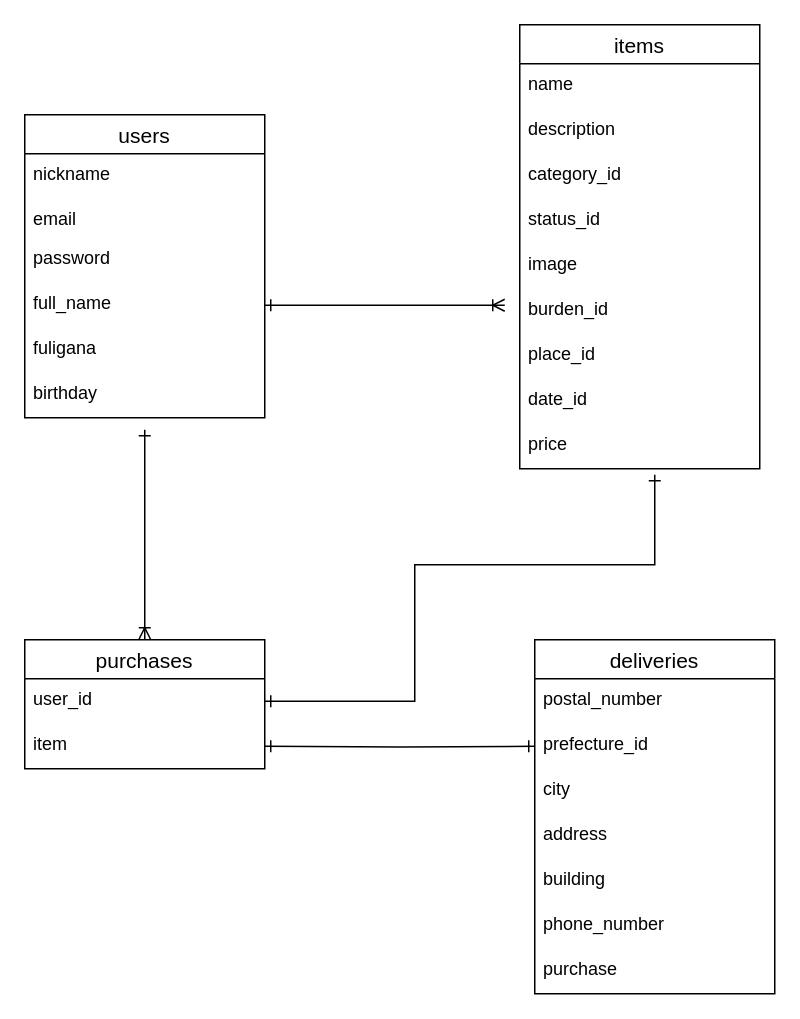
This is entity.dio from ya-3mameo/furima-30433, a draw.io file, before an edit. Source tidied: cells renumbered, new cells numbered last; positions are measured from the earlier drawing's top-left corner, leaving out a move shared by most shapes. Both pictures are drawn from the tidied source at 150%, with x=0, y=0 at pixel (24, 24).
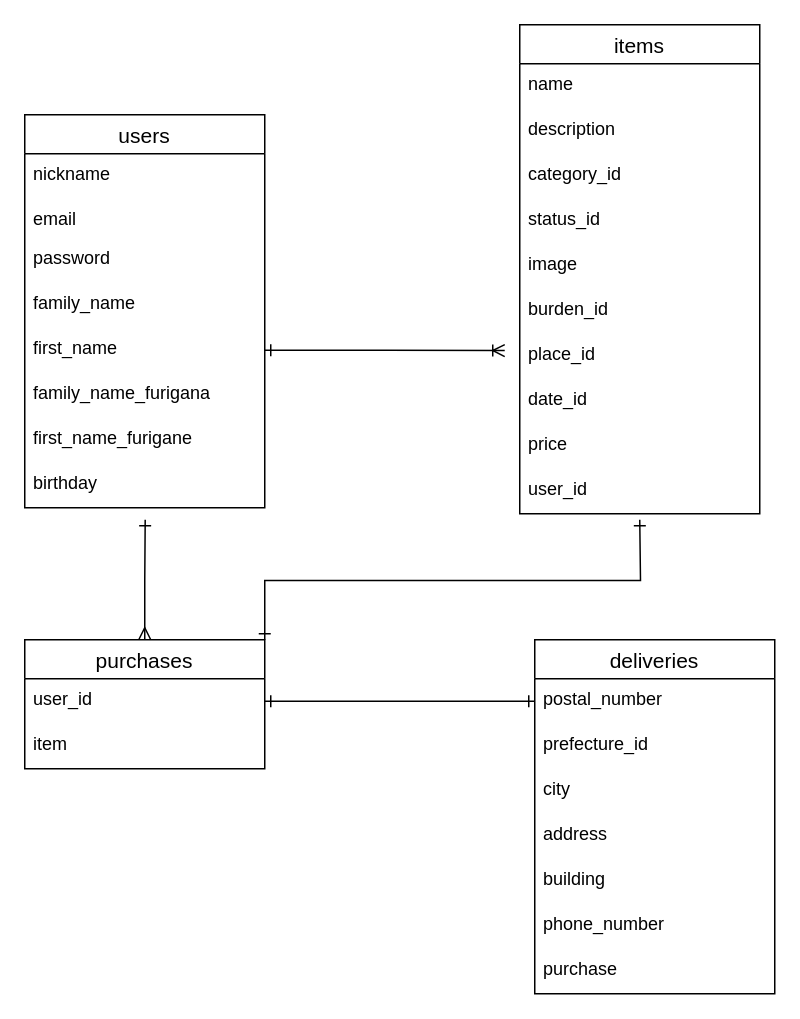
The same diagram, later.

Commit message (it also covers changes not shown here):
データベース設計の修正2

Unchanged cells that the change refers to:
```xml
<mxCell id="10" value="purchases" style="swimlane;fontStyle=0;horizontal=1;startSize=26;align=center;fontSize=14;" parent="1" vertex="1">
  <mxGeometry y="410" width="160" height="86" as="geometry" />
</mxCell>
<mxCell id="11" value="user_id" style="text;strokeColor=none;fillColor=none;spacingLeft=4;spacingRight=4;overflow=hidden;points=[[0,0.5],[1,0.5]];portConstraint=eastwest;fontSize=12;" parent="10" vertex="1">
  <mxGeometry y="26" width="160" height="30" as="geometry" />
</mxCell>
<mxCell id="24" value="postal_number" style="text;strokeColor=none;fillColor=none;spacingLeft=4;spacingRight=4;overflow=hidden;points=[[0,0.5],[1,0.5]];portConstraint=eastwest;fontSize=12;" parent="23" vertex="1">
  <mxGeometry y="26" width="160" height="30" as="geometry" />
</mxCell>
<mxCell id="25" value="prefecture_id" style="text;strokeColor=none;fillColor=none;spacingLeft=4;spacingRight=4;overflow=hidden;points=[[0,0.5],[1,0.5]];portConstraint=eastwest;fontSize=12;" parent="23" vertex="1">
  <mxGeometry y="56" width="160" height="30" as="geometry" />
</mxCell>
```

What changed in the source:
```diff
@@
     <mxCell id="2" value="users" style="swimlane;fontStyle=0;horizontal=1;startSize=26;align=center;fontSize=14;" parent="1" vertex="1">
-      <mxGeometry y="60" width="160" height="202" as="geometry" />
+      <mxGeometry y="60" width="160" height="262" as="geometry" />
     </mxCell>
@@
-    <mxCell id="6" value="full_name" style="text;strokeColor=none;fillColor=none;spacingLeft=4;spacingRight=4;overflow=hidden;points=[[0,0.5],[1,0.5]];portConstraint=eastwest;fontSize=12;" parent="2" vertex="1">
+    <mxCell id="6" value="family_name" style="text;strokeColor=none;fillColor=none;spacingLeft=4;spacingRight=4;overflow=hidden;points=[[0,0.5],[1,0.5]];portConstraint=eastwest;fontSize=12;" parent="2" vertex="1">
       <mxGeometry y="112" width="160" height="30" as="geometry" />
     </mxCell>
-    <mxCell id="7" value="fuligana" style="text;strokeColor=none;fillColor=none;spacingLeft=4;spacingRight=4;overflow=hidden;points=[[0,0.5],[1,0.5]];portConstraint=eastwest;fontSize=12;" parent="2" vertex="1">
+    <mxCell id="7" value="first_name" style="text;strokeColor=none;fillColor=none;spacingLeft=4;spacingRight=4;overflow=hidden;points=[[0,0.5],[1,0.5]];portConstraint=eastwest;fontSize=12;" parent="2" vertex="1">
       <mxGeometry y="142" width="160" height="30" as="geometry" />
     </mxCell>
-    <mxCell id="8" value="birthday" style="text;strokeColor=none;fillColor=none;spacingLeft=4;spacingRight=4;overflow=hidden;fontSize=12;" parent="2" vertex="1">
+    <mxCell id="8" value="family_name_furigana" style="text;strokeColor=none;fillColor=none;spacingLeft=4;spacingRight=4;overflow=hidden;fontSize=12;" parent="2" vertex="1">
       <mxGeometry y="172" width="160" height="30" as="geometry" />
     </mxCell>
-    <mxCell id="9" style="edgeStyle=orthogonalEdgeStyle;rounded=0;jettySize=auto;html=1;exitX=0.5;exitY=0;exitDx=0;exitDy=0;startArrow=ERoneToMany;startFill=0;endArrow=ERone;endFill=0;" parent="1" edge="1" source="10">
-      <mxGeometry relative="1" as="geometry">
-        <mxPoint x="80" y="270" as="targetPoint" />
-      </mxGeometry>
-    </mxCell>
+    <mxCell id="34" value="first_name_furigane" style="text;strokeColor=none;fillColor=none;spacingLeft=4;spacingRight=4;overflow=hidden;fontSize=12;" parent="2" vertex="1">
+      <mxGeometry y="202" width="160" height="30" as="geometry" />
+    </mxCell>
+    <mxCell id="35" value="birthday" style="text;strokeColor=none;fillColor=none;spacingLeft=4;spacingRight=4;overflow=hidden;fontSize=12;" parent="2" vertex="1">
+      <mxGeometry y="232" width="160" height="30" as="geometry" />
+    </mxCell>
+    <mxCell id="36" style="edgeStyle=orthogonalEdgeStyle;rounded=0;jettySize=auto;html=1;exitX=0.5;exitY=0;exitDx=0;exitDy=0;startArrow=ERmany;startFill=0;endArrow=ERone;endFill=0;" parent="1" edge="1" source="10">
+      <mxGeometry relative="1" as="geometry">
+        <mxPoint x="80.3" y="330" as="targetPoint" />
+      </mxGeometry>
+    </mxCell>
+    <mxCell id="37" style="edgeStyle=orthogonalEdgeStyle;rounded=0;jettySize=auto;html=1;exitX=1;exitY=0;exitDx=0;exitDy=0;startArrow=ERone;startFill=0;endArrow=ERone;endFill=0;" parent="1" edge="1" source="10">
+      <mxGeometry relative="1" as="geometry">
+        <mxPoint x="410" y="330" as="targetPoint" />
+      </mxGeometry>
+    </mxCell>
@@
     <mxCell id="13" value="items" style="swimlane;fontStyle=0;horizontal=1;startSize=26;align=center;fontSize=14;" parent="1" vertex="1">
-      <mxGeometry x="330" width="160" height="296" as="geometry" />
+      <mxGeometry x="330" width="160" height="326" as="geometry" />
     </mxCell>
@@
+    <mxCell id="38" value="user_id" style="text;strokeColor=none;fillColor=none;spacingLeft=4;spacingRight=4;overflow=hidden;fontSize=12;" parent="13" vertex="1">
+      <mxGeometry y="296" width="160" height="30" as="geometry" />
+    </mxCell>
@@
-    <mxCell id="31" style="edgeStyle=orthogonalEdgeStyle;rounded=0;jettySize=auto;html=1;exitX=1;exitY=0.5;exitDx=0;exitDy=0;entryX=0;entryY=0.5;entryDx=0;entryDy=0;startArrow=ERone;startFill=0;endArrow=ERone;endFill=0;" parent="1" edge="1" target="25">
-      <mxGeometry relative="1" as="geometry">
-        <mxPoint x="160" y="481" as="sourcePoint" />
-      </mxGeometry>
-    </mxCell>
-    <mxCell id="32" style="edgeStyle=orthogonalEdgeStyle;rounded=0;jettySize=auto;html=1;exitX=1;exitY=0.5;exitDx=0;exitDy=0;startArrow=ERone;startFill=0;endArrow=ERone;endFill=0;" parent="1" edge="1" source="11">
-      <mxGeometry relative="1" as="geometry">
-        <mxPoint x="420" y="300" as="targetPoint" />
-        <Array as="points">
-          <mxPoint x="260" y="451" />
-          <mxPoint x="260" y="360" />
-        </Array>
-      </mxGeometry>
-    </mxCell>
-    <mxCell id="33" style="edgeStyle=orthogonalEdgeStyle;rounded=0;jettySize=auto;html=1;exitX=1;exitY=0.5;exitDx=0;exitDy=0;startArrow=ERone;startFill=0;endArrow=ERoneToMany;endFill=0;" parent="1" edge="1" source="6">
-      <mxGeometry relative="1" as="geometry">
-        <mxPoint x="320" y="187" as="targetPoint" />
-      </mxGeometry>
-    </mxCell>
+    <mxCell id="39" style="edgeStyle=orthogonalEdgeStyle;rounded=0;jettySize=auto;html=1;exitX=1;exitY=0.5;exitDx=0;exitDy=0;startArrow=ERone;startFill=0;endArrow=ERoneToMany;endFill=0;" parent="1" edge="1" source="7">
+      <mxGeometry relative="1" as="geometry">
+        <mxPoint x="320" y="217.2" as="targetPoint" />
+      </mxGeometry>
+    </mxCell>
+    <mxCell id="40" style="edgeStyle=orthogonalEdgeStyle;rounded=0;jettySize=auto;html=1;exitX=1;exitY=0.5;exitDx=0;exitDy=0;entryX=0;entryY=0.5;entryDx=0;entryDy=0;startArrow=ERone;startFill=0;endArrow=ERone;endFill=0;" parent="1" edge="1" source="11" target="24">
+      <mxGeometry relative="1" as="geometry" />
+    </mxCell>
```
